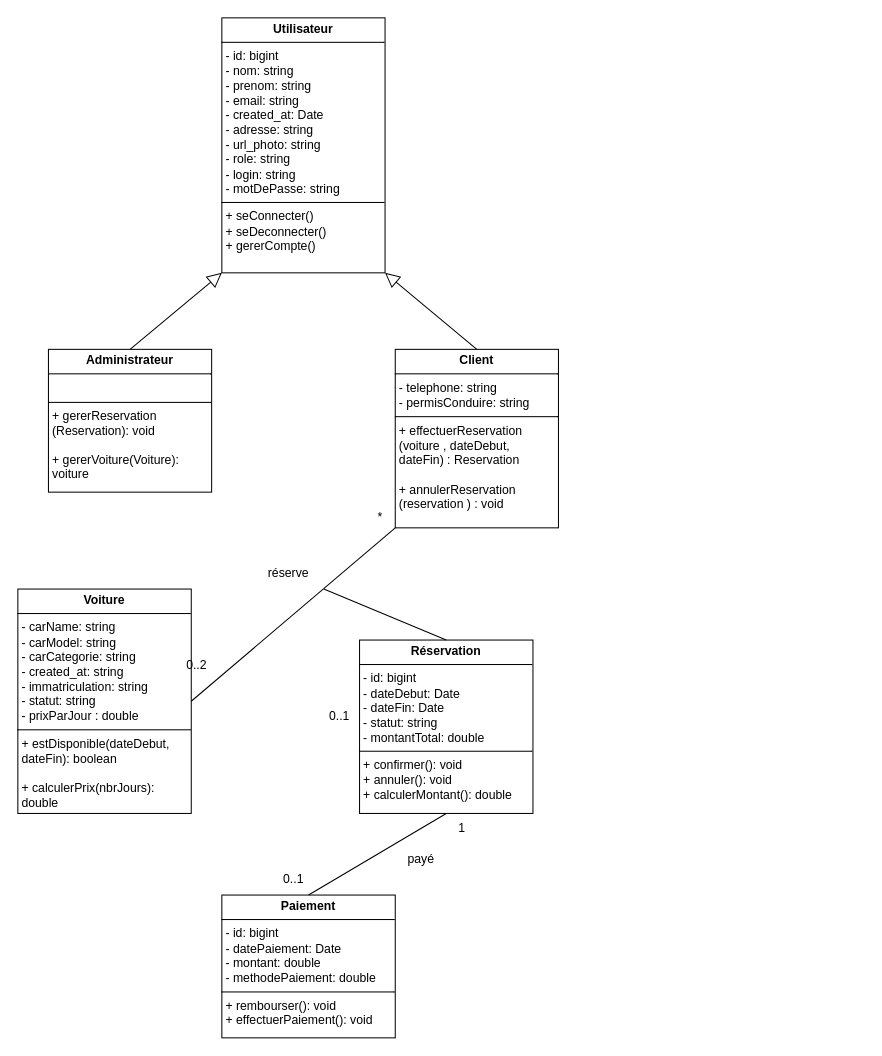
Above: conception/class-diagramm.drawio in Marcel-Fassou-28/rentcar_project (draw.io), before the change. Source tidied: cells renumbered, new cells numbered last; positions are measured from the earlier drawing's top-left corner, leaving out a move shared by most shapes. Both pictures are drawn from the tidied source at 102%, with x=0, y=0 at pixel (17, 17).
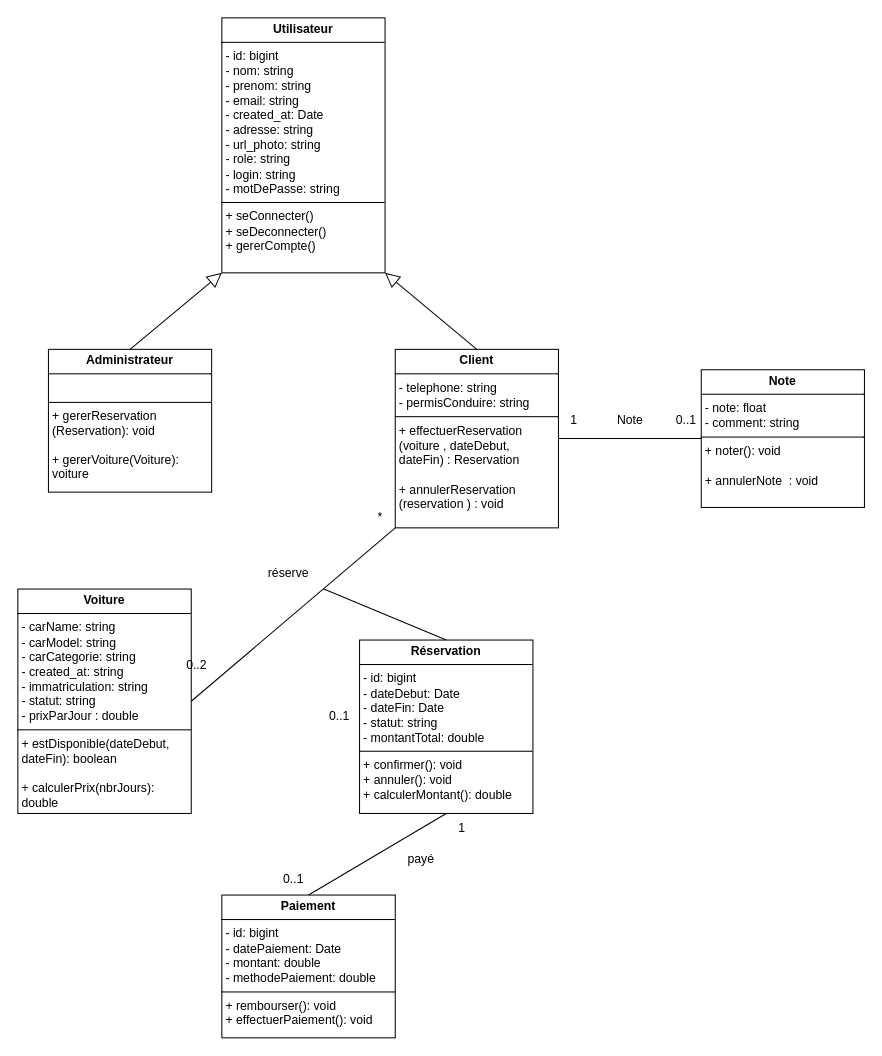
The same page after the edit.

Unchanged cells that the change refers to:
```xml
<mxCell id="4" value="&lt;p style=&quot;margin:0px;margin-top:4px;text-align:center;&quot;&gt;&lt;strong&gt;Client&lt;/strong&gt;&lt;span class=&quot;_fadeIn_m1hgl_8&quot;&gt;&lt;/span&gt;&lt;/p&gt;&lt;hr size=&quot;1&quot; style=&quot;border-style:solid;&quot;&gt;&lt;p style=&quot;margin:0px;margin-left:4px;&quot;&gt;- telephone: string&lt;/p&gt;&lt;p style=&quot;margin:0px;margin-left:4px;&quot;&gt;- permisConduire: string&lt;/p&gt;&lt;hr size=&quot;1&quot; style=&quot;border-style:solid;&quot;&gt;&lt;p style=&quot;margin:0px;margin-left:4px;&quot;&gt;+ effectuerReservation (voiture , dateDebut, dateFin) : Reservation&lt;/p&gt;&lt;p style=&quot;margin:0px;margin-left:4px;&quot;&gt;&lt;br&gt;&lt;/p&gt;&lt;p style=&quot;margin:0px;margin-left:4px;&quot;&gt;+&amp;nbsp;annulerReservation (reservation ) : void&lt;/p&gt;&lt;p style=&quot;margin:0px;margin-left:4px;&quot;&gt;&lt;br&gt;&lt;/p&gt;" style="verticalAlign=top;align=left;overflow=fill;html=1;whiteSpace=wrap;" parent="1" vertex="1">
  <mxGeometry x="370" y="325" width="160" height="175" as="geometry" />
</mxCell>
```

What changed in the source:
```diff
@@
+    <mxCell id="20" value="&lt;p style=&quot;margin:0px;margin-top:4px;text-align:center;&quot;&gt;&lt;b&gt;Note&lt;/b&gt;&lt;/p&gt;&lt;hr size=&quot;1&quot; style=&quot;border-style:solid;&quot;&gt;&lt;p style=&quot;margin:0px;margin-left:4px;&quot;&gt;- note: float&lt;/p&gt;&lt;p style=&quot;margin:0px;margin-left:4px;&quot;&gt;- comment: string&lt;/p&gt;&lt;hr size=&quot;1&quot; style=&quot;border-style:solid;&quot;&gt;&lt;p style=&quot;margin:0px;margin-left:4px;&quot;&gt;+ noter(): void&lt;/p&gt;&lt;p style=&quot;margin:0px;margin-left:4px;&quot;&gt;&lt;br&gt;&lt;/p&gt;&lt;p style=&quot;margin:0px;margin-left:4px;&quot;&gt;+&amp;nbsp;annulerNote&amp;nbsp; : void&lt;/p&gt;&lt;p style=&quot;margin:0px;margin-left:4px;&quot;&gt;&lt;br&gt;&lt;/p&gt;" style="verticalAlign=top;align=left;overflow=fill;html=1;whiteSpace=wrap;" parent="1" vertex="1">
+      <mxGeometry x="670" y="345" width="160" height="135" as="geometry" />
+    </mxCell>
+    <mxCell id="21" style="endArrow=none;html=1;exitX=1;exitY=0.5;exitDx=0;exitDy=0;entryX=0;entryY=0.5;entryDx=0;entryDy=0;" parent="1" edge="1" source="4" target="20">
+      <mxGeometry relative="1" as="geometry" />
+    </mxCell>
+    <mxCell id="22" value="1" style="text;html=1;align=center;verticalAlign=middle;strokeColor=none;fillColor=none;" parent="1" vertex="1">
+      <mxGeometry x="530" y="380" width="30" height="30" as="geometry" />
+    </mxCell>
+    <mxCell id="23" value="0..1" style="text;html=1;align=center;verticalAlign=middle;strokeColor=none;fillColor=none;" parent="1" vertex="1">
+      <mxGeometry x="635" y="380" width="40" height="30" as="geometry" />
+    </mxCell>
+    <mxCell id="24" value="Note" style="text;html=1;align=center;verticalAlign=middle;strokeColor=none;fillColor=none;" parent="1" vertex="1">
+      <mxGeometry x="575" y="380" width="50" height="30" as="geometry" />
+    </mxCell>
```
